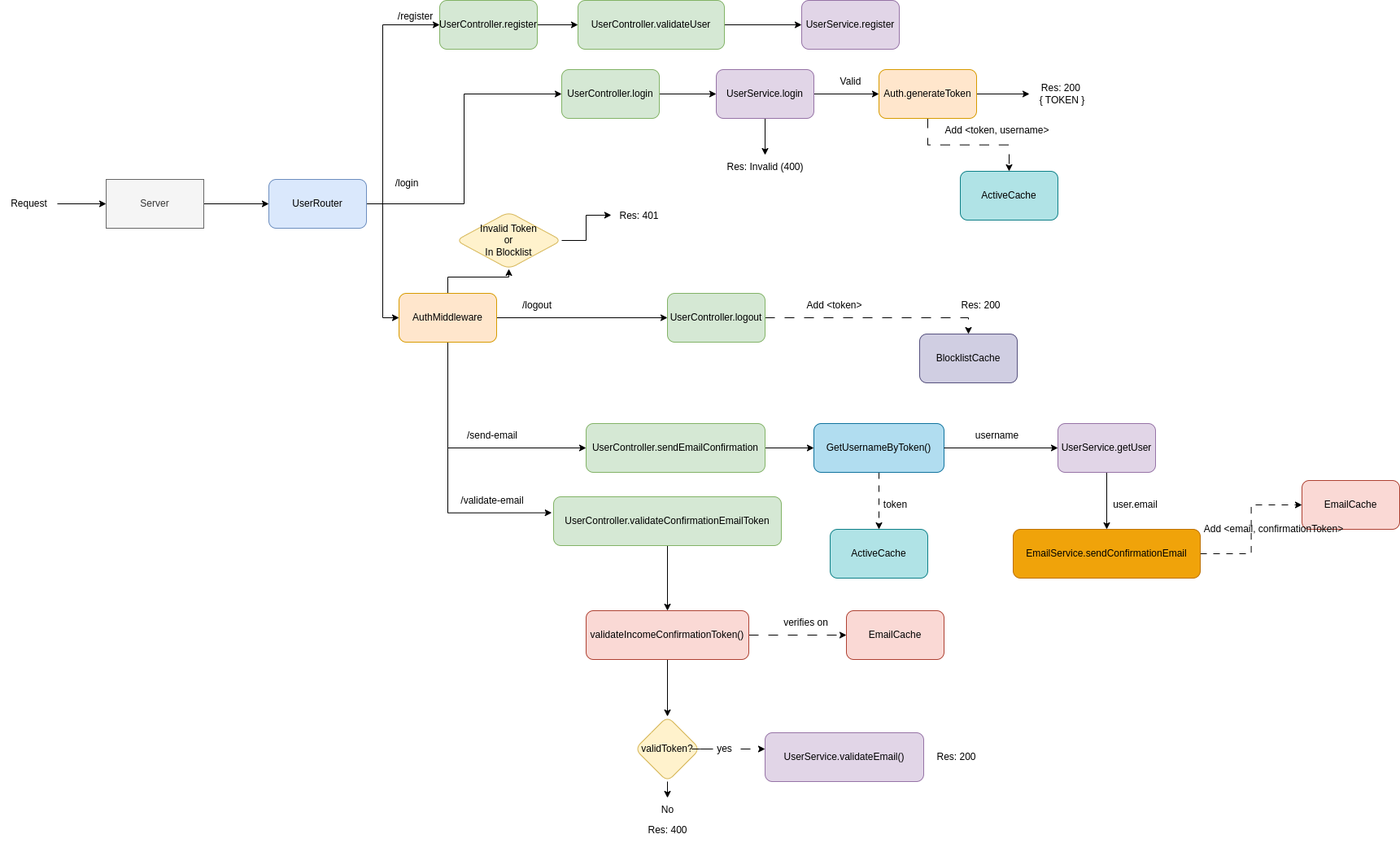
Before: assets/MoviesAPI.drawio.png, a diagram exported from draw.io (vcnovaes/MoviesAPI). Source tidied: cells renumbered, new cells last; positions are measured from the earlier drawing's top-left corner, leaving out a move shared by most shapes.
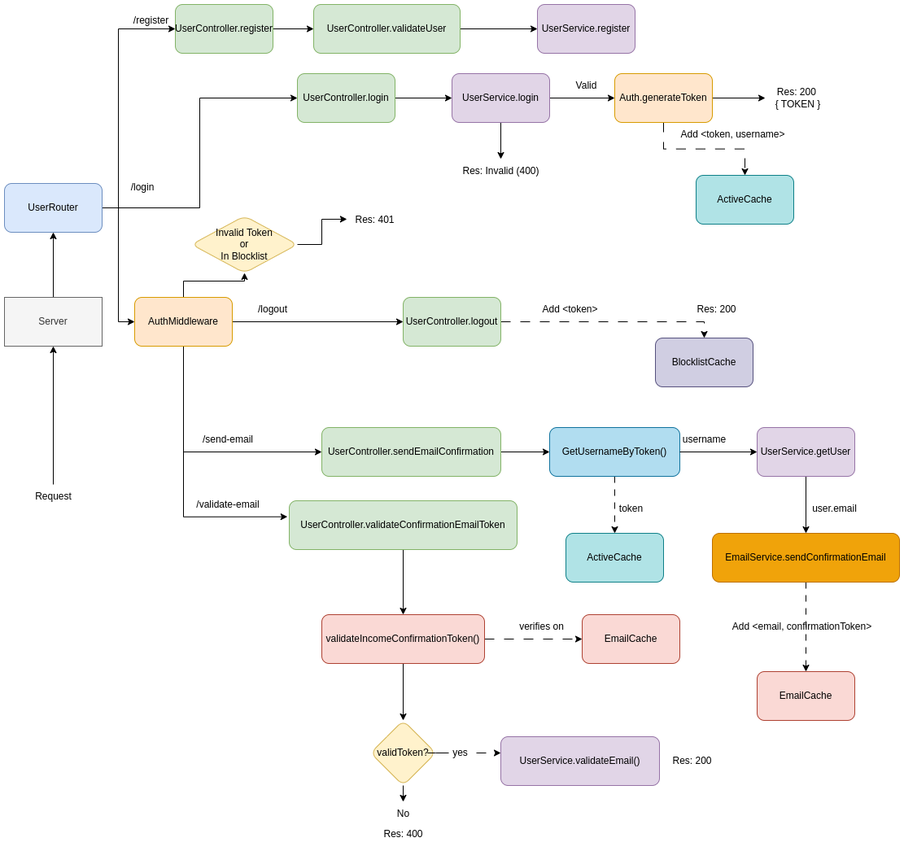
Above is the later version.

What changed in the source:
```diff
@@ -15,7 +15,7 @@
       <mxGeometry relative="1" as="geometry" />
     </mxCell>
     <mxCell id="6" value="EmailService.sendConfirmationEmail" style="rounded=1;whiteSpace=wrap;html=1;fillColor=#f0a30a;strokeColor=#BD7000;fontColor=#000000;" parent="1" vertex="1">
-      <mxGeometry x="1245" y="650" width="230" height="60" as="geometry" />
+      <mxGeometry x="1200" y="650" width="230" height="60" as="geometry" />
     </mxCell>
     <mxCell id="7" style="edgeStyle=orthogonalEdgeStyle;rounded=0;jettySize=auto;html=1;entryX=0.5;entryY=0;entryDx=0;entryDy=0;dashed=1;dashPattern=12 12;" parent="1" edge="1" source="9" target="11">
       <mxGeometry relative="1" as="geometry" />
@@ -150,16 +150,16 @@
       <mxGeometry relative="1" as="geometry" />
     </mxCell>
     <mxCell id="45" value="UserService.getUser" style="whiteSpace=wrap;html=1;rounded=1;fillColor=#e1d5e7;strokeColor=#9673a6;" parent="1" vertex="1">
-      <mxGeometry x="1300" y="520" width="120" height="60" as="geometry" />
+      <mxGeometry x="1255" y="520" width="120" height="60" as="geometry" />
     </mxCell>
     <mxCell id="46" value="token" style="text;html=1;align=center;verticalAlign=middle;strokeColor=none;fillColor=none;" parent="1" vertex="1">
       <mxGeometry x="1075" y="605" width="50" height="30" as="geometry" />
     </mxCell>
     <mxCell id="47" value="username" style="text;html=1;align=center;verticalAlign=middle;strokeColor=none;fillColor=none;" parent="1" vertex="1">
-      <mxGeometry x="1185" y="520" width="80" height="30" as="geometry" />
+      <mxGeometry x="1150" y="520" width="80" height="30" as="geometry" />
     </mxCell>
     <mxCell id="48" value="user.email" style="text;html=1;align=center;verticalAlign=middle;strokeColor=none;fillColor=none;" parent="1" vertex="1">
-      <mxGeometry x="1355" y="605" width="80" height="30" as="geometry" />
+      <mxGeometry x="1310" y="605" width="80" height="30" as="geometry" />
     </mxCell>
     <mxCell id="49" style="edgeStyle=orthogonalEdgeStyle;rounded=0;jettySize=auto;html=1;" parent="1" edge="1" source="50" target="55">
       <mxGeometry relative="1" as="geometry" />
@@ -168,10 +168,10 @@
       <mxGeometry x="680" y="610" width="280" height="60" as="geometry" />
     </mxCell>
     <mxCell id="51" value="EmailCache" style="whiteSpace=wrap;html=1;rounded=1;fillColor=#fad9d5;strokeColor=#ae4132;" parent="1" vertex="1">
-      <mxGeometry x="1600" y="590" width="120" height="60" as="geometry" />
+      <mxGeometry x="1255" y="820" width="120" height="60" as="geometry" />
     </mxCell>
     <mxCell id="52" value="Add &amp;lt;email, confirmationToken&amp;gt;" style="text;html=1;align=center;verticalAlign=middle;strokeColor=none;fillColor=none;" parent="1" vertex="1">
-      <mxGeometry x="1470" y="635" width="190" height="30" as="geometry" />
+      <mxGeometry x="1215" y="750" width="190" height="30" as="geometry" />
     </mxCell>
     <mxCell id="53" style="edgeStyle=orthogonalEdgeStyle;rounded=0;jettySize=auto;html=1;dashed=1;dashPattern=12 12;" parent="1" edge="1" source="55" target="56">
       <mxGeometry relative="1" as="geometry" />
@@ -242,13 +242,13 @@
       <mxGeometry relative="1" as="geometry" />
     </mxCell>
     <mxCell id="74" value="Server" style="whiteSpace=wrap;html=1;fillColor=#f5f5f5;fontColor=#333333;strokeColor=#666666;" parent="1" vertex="1">
-      <mxGeometry x="130" y="220" width="120" height="60" as="geometry" />
+      <mxGeometry x="330" y="360" width="120" height="60" as="geometry" />
     </mxCell>
-    <mxCell id="75" style="edgeStyle=orthogonalEdgeStyle;rounded=0;jettySize=auto;html=1;" parent="1" edge="1" source="76" target="74">
+    <mxCell id="75" style="edgeStyle=orthogonalEdgeStyle;rounded=0;jettySize=auto;html=1;entryX=0.5;entryY=1;entryDx=0;entryDy=0;" parent="1" edge="1" source="76" target="74">
       <mxGeometry relative="1" as="geometry" />
     </mxCell>
     <mxCell id="76" value="Request" style="text;html=1;align=center;verticalAlign=middle;points=[];strokeColor=none;fillColor=none;" parent="1" vertex="1">
-      <mxGeometry y="235" width="70" height="30" as="geometry" />
+      <mxGeometry x="355" y="590" width="70" height="30" as="geometry" />
     </mxCell>
   </root>
 </mxGraphModel>
```
